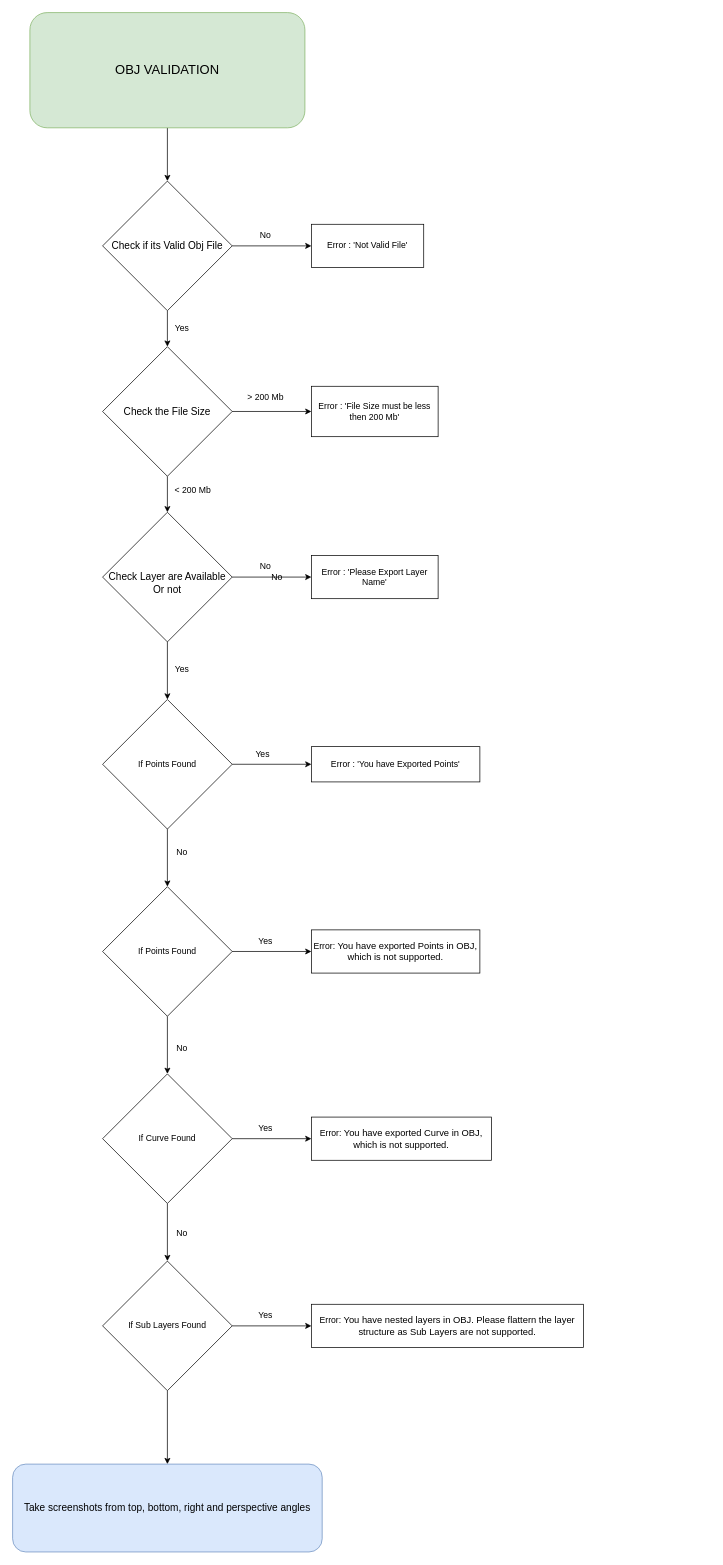
Before: Obj-Validation.drawio in ShayanGhosh0809/nestjs-tutorial, a draw.io diagram. Source tidied: cells renumbered, new cells numbered last; positions are measured from the earlier drawing's top-left corner, leaving out a move shared by most shapes. Both pictures are drawn from the tidied source at 72%, with x=0, y=0 at pixel (12, 12).
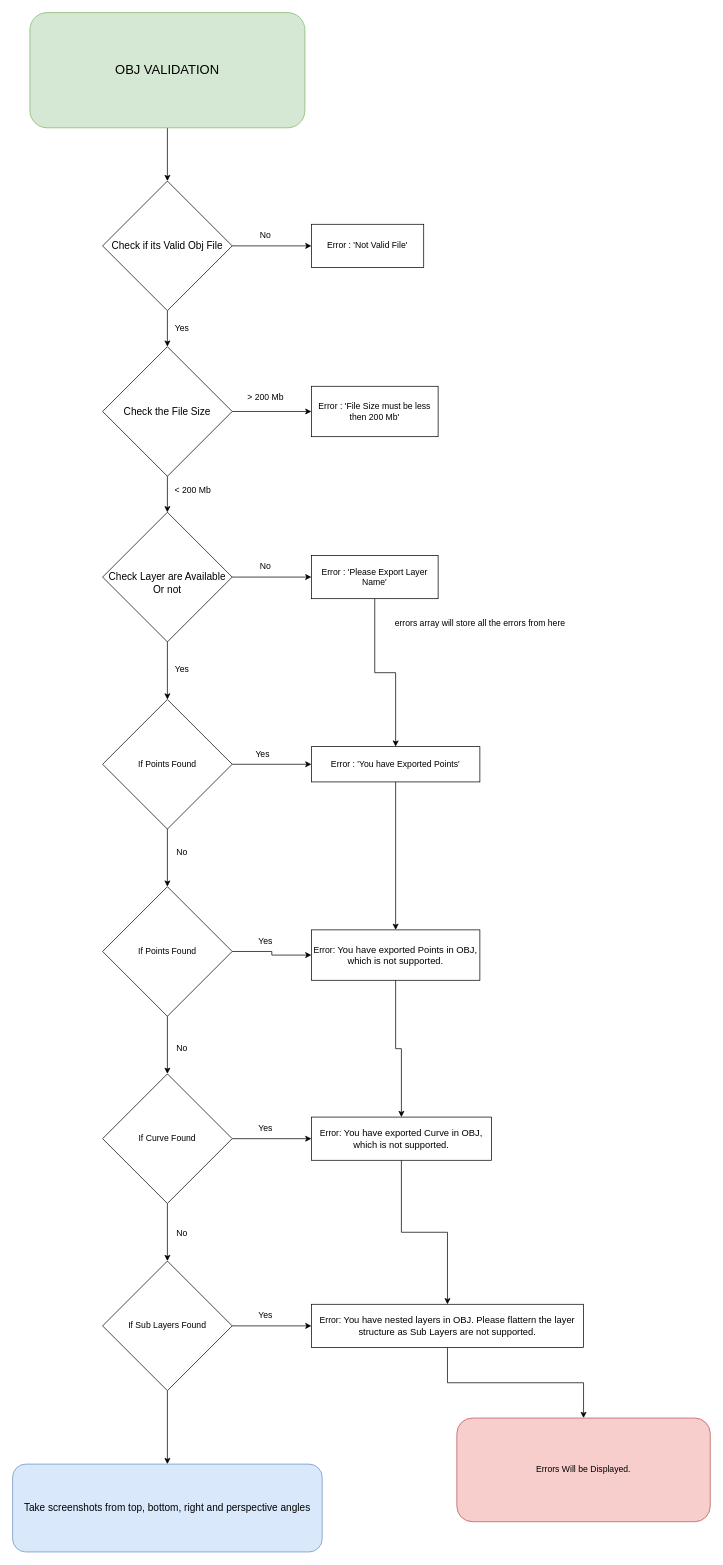
After the change.

The change refers to these unchanged cells:
```xml
<mxCell id="17" value="Error : 'Please Export Layer Name'" style="whiteSpace=wrap;html=1;" parent="1" vertex="1">
  <mxGeometry x="415" y="754" width="176" height="60" as="geometry" />
</mxCell>
<mxCell id="22" value="Error : 'You have Exported Points'" style="whiteSpace=wrap;html=1;" parent="1" vertex="1">
  <mxGeometry x="415" y="1019.5" width="234" height="49" as="geometry" />
</mxCell>
<mxCell id="34" value="Error:&amp;nbsp;&lt;span style=&quot;white-space-collapse: preserve; font-family: &amp;quot;Trebuchet MS&amp;quot;; font-size: 13px; text-align: left;&quot;&gt;You have exported Curve in OBJ, which is not supported.&lt;/span&gt;" style="whiteSpace=wrap;html=1;" parent="1" vertex="1">
  <mxGeometry x="415" y="1534" width="250" height="60" as="geometry" />
</mxCell>
<mxCell id="43" value="Error:&amp;nbsp;&lt;span style=&quot;font-family: &amp;quot;Trebuchet MS&amp;quot;; font-size: 13px; text-align: left; white-space-collapse: preserve;&quot;&gt;You have nested layers in OBJ. Please flattern the layer structure as Sub Layers are not supported.&lt;/span&gt;" style="whiteSpace=wrap;html=1;" parent="1" vertex="1">
  <mxGeometry x="415" y="1794" width="378" height="60" as="geometry" />
</mxCell>
```

Change to the diagram source:
```diff
@@
+    <mxCell id="47" style="edgeStyle=orthogonalEdgeStyle;rounded=0;jettySize=auto;html=1;exitX=0.5;exitY=1;exitDx=0;exitDy=0;entryX=0.5;entryY=0;entryDx=0;entryDy=0;" parent="1" edge="1" source="17" target="22">
+      <mxGeometry relative="1" as="geometry" />
+    </mxCell>
@@
+    <mxCell id="48" style="edgeStyle=orthogonalEdgeStyle;rounded=0;jettySize=auto;html=1;entryX=0.5;entryY=0;entryDx=0;entryDy=0;" parent="1" edge="1" source="22" target="30">
+      <mxGeometry relative="1" as="geometry" />
+    </mxCell>
@@
     <mxCell id="30" value="Error:&amp;nbsp;&lt;span style=&quot;font-family: &amp;quot;Trebuchet MS&amp;quot;; font-size: 13px; text-align: left; white-space-collapse: preserve;&quot;&gt;You have exported Points in OBJ, which is not supported.&lt;/span&gt;" style="whiteSpace=wrap;html=1;" parent="1" vertex="1">
-      <mxGeometry x="415" y="1274" width="234" height="60" as="geometry" />
+      <mxGeometry x="415" y="1274" width="234" height="70" as="geometry" />
     </mxCell>
@@
+    <mxCell id="49" style="edgeStyle=orthogonalEdgeStyle;rounded=0;jettySize=auto;html=1;entryX=0.5;entryY=0;entryDx=0;entryDy=0;" parent="1" edge="1" source="34" target="43">
+      <mxGeometry relative="1" as="geometry" />
+    </mxCell>
@@
-    <mxCell id="37" value="No" style="text;html=1;align=center;verticalAlign=middle;strokeColor=none;fillColor=none;" parent="1" vertex="1">
-      <mxGeometry x="347" y="770" width="40" height="30" as="geometry" />
-    </mxCell>
@@
+    <mxCell id="50" style="edgeStyle=orthogonalEdgeStyle;rounded=0;jettySize=auto;html=1;entryX=0.5;entryY=0;entryDx=0;entryDy=0;" parent="1" edge="1" source="43" target="52">
+      <mxGeometry relative="1" as="geometry" />
+    </mxCell>
@@
+    <mxCell id="51" style="edgeStyle=orthogonalEdgeStyle;rounded=0;jettySize=auto;html=1;entryX=0.5;entryY=0;entryDx=0;entryDy=0;" parent="1" edge="1" source="30" target="34">
+      <mxGeometry relative="1" as="geometry" />
+    </mxCell>
+    <mxCell id="52" value="Errors Will be Displayed." style="rounded=1;whiteSpace=wrap;html=1;fillColor=#f8cecc;strokeColor=#b85450;" parent="1" vertex="1">
+      <mxGeometry x="617" y="1952" width="352" height="144" as="geometry" />
+    </mxCell>
+    <mxCell id="53" value="errors array will store all the errors from here" style="text;html=1;align=center;verticalAlign=middle;strokeColor=none;fillColor=none;" parent="1" vertex="1">
+      <mxGeometry x="513" y="832" width="272" height="32" as="geometry" />
+    </mxCell>
```
